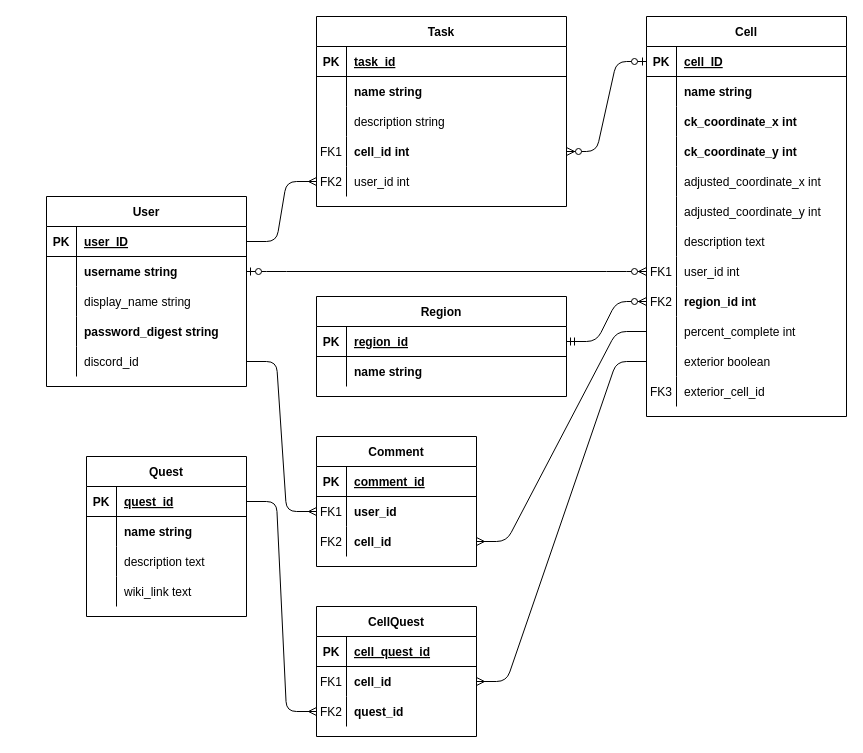
kingsley113/Phase3-Rails-Project-CascadiaCellMate keeps this draw.io diagram as CascadiaCellTracker.drawio. Above is the earlier version. Source tidied: cells renumbered, new cells numbered last; positions are measured from the earlier drawing's top-left corner, leaving out a move shared by most shapes. Both pictures are drawn from the tidied source at 100%, with x=0, y=0 at pixel (46, 16).
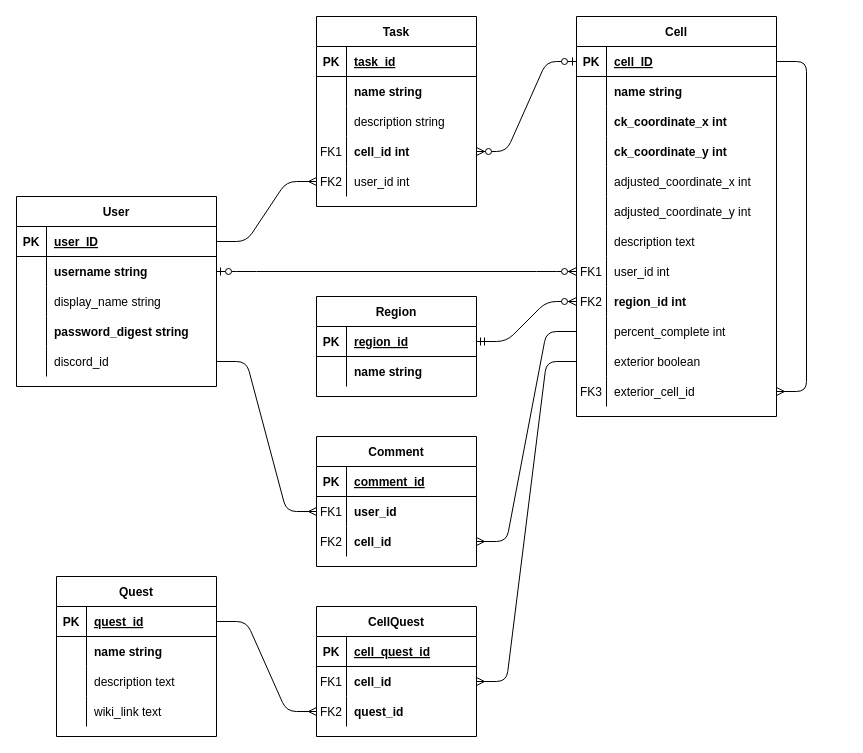
Above is the later version.

Unchanged cells that the change refers to:
```xml
<mxCell id="3" style="shape=partialRectangle;fillColor=none;points=[[0,0.5],[1,0.5]];portConstraint=eastwest;top=0;left=0;right=0;bottom=1;" parent="2" vertex="1">
  <mxGeometry y="30" width="200" height="30" as="geometry" />
</mxCell>
<mxCell id="36" style="shape=partialRectangle;fillColor=none;points=[[0,0.5],[1,0.5]];portConstraint=eastwest;top=0;left=0;right=0;bottom=0;" parent="2" vertex="1">
  <mxGeometry y="360" width="200" height="30" as="geometry" />
</mxCell>
```

What changed in the source:
```diff
@@
     <mxCell id="2" value="Cell" style="shape=table;startSize=30;childLayout=tableLayout;rowLines=0;fontStyle=1;align=center;" parent="1" vertex="1">
-      <mxGeometry x="600" width="200" height="400" as="geometry" />
+      <mxGeometry x="530" width="200" height="400" as="geometry" />
     </mxCell>
@@
+    <mxCell id="119" style="edgeStyle=entityRelationEdgeStyle;fontSize=12;html=1;endArrow=ERmany;" parent="2" edge="1" source="3" target="36">
+      <mxGeometry relative="1" as="geometry" />
+    </mxCell>
     <mxCell id="39" value="Quest" style="shape=table;startSize=30;childLayout=tableLayout;rowLines=0;fontStyle=1;align=center;" parent="1" vertex="1">
-      <mxGeometry x="40" y="440" width="160" height="160" as="geometry" />
+      <mxGeometry x="10" y="560" width="160" height="160" as="geometry" />
     </mxCell>
@@
     <mxCell id="52" value="User" style="shape=table;startSize=30;childLayout=tableLayout;rowLines=0;fontStyle=1;align=center;" parent="1" vertex="1">
-      <mxGeometry y="180" width="200" height="190" as="geometry" />
+      <mxGeometry x="-30" y="180" width="200" height="190" as="geometry" />
     </mxCell>
@@
     <mxCell id="68" value="Task" style="shape=table;startSize=30;childLayout=tableLayout;rowLines=0;fontStyle=1;align=center;" parent="1" vertex="1">
-      <mxGeometry x="270" width="250" height="190" as="geometry" />
+      <mxGeometry x="270" width="160" height="190" as="geometry" />
     </mxCell>
     <mxCell id="69" style="shape=partialRectangle;fillColor=none;top=0;left=0;right=0;bottom=1;" parent="68" vertex="1">
-      <mxGeometry y="30" width="250" height="30" as="geometry" />
+      <mxGeometry y="30" width="160" height="30" as="geometry" />
     </mxCell>
@@
     <mxCell id="71" value="task_id" style="shape=partialRectangle;overflow=hidden;fillColor=none;top=0;left=0;bottom=0;right=0;align=left;spacingLeft=6;fontStyle=5;" parent="69" vertex="1">
-      <mxGeometry x="30" width="220" height="30" as="geometry" />
+      <mxGeometry x="30" width="130" height="30" as="geometry" />
     </mxCell>
     <mxCell id="72" style="shape=partialRectangle;fillColor=none;top=0;left=0;right=0;bottom=0;" parent="68" vertex="1">
-      <mxGeometry y="60" width="250" height="30" as="geometry" />
+      <mxGeometry y="60" width="160" height="30" as="geometry" />
     </mxCell>
@@
     <mxCell id="74" value="name string" style="shape=partialRectangle;overflow=hidden;fillColor=none;top=0;left=0;bottom=0;right=0;align=left;spacingLeft=6;fontStyle=1;" parent="72" vertex="1">
-      <mxGeometry x="30" width="220" height="30" as="geometry" />
+      <mxGeometry x="30" width="130" height="30" as="geometry" />
     </mxCell>
     <mxCell id="75" style="shape=partialRectangle;fillColor=none;top=0;left=0;right=0;bottom=0;" parent="68" vertex="1">
-      <mxGeometry y="90" width="250" height="30" as="geometry" />
+      <mxGeometry y="90" width="160" height="30" as="geometry" />
     </mxCell>
@@
     <mxCell id="77" value="description string" style="shape=partialRectangle;overflow=hidden;fillColor=none;top=0;left=0;bottom=0;right=0;align=left;spacingLeft=6;" parent="75" vertex="1">
-      <mxGeometry x="30" width="220" height="30" as="geometry" />
+      <mxGeometry x="30" width="130" height="30" as="geometry" />
     </mxCell>
     <mxCell id="78" style="shape=partialRectangle;fillColor=none;points=[[0,0.5],[1,0.5]];portConstraint=eastwest;top=0;left=0;right=0;bottom=0;" parent="68" vertex="1">
-      <mxGeometry y="120" width="250" height="30" as="geometry" />
+      <mxGeometry y="120" width="160" height="30" as="geometry" />
     </mxCell>
@@
     <mxCell id="80" value="cell_id int" style="shape=partialRectangle;overflow=hidden;fillColor=none;top=0;left=0;bottom=0;right=0;align=left;spacingLeft=6;fontStyle=1;" parent="78" vertex="1">
-      <mxGeometry x="30" width="220" height="30" as="geometry" />
+      <mxGeometry x="30" width="130" height="30" as="geometry" />
     </mxCell>
     <mxCell id="81" style="shape=partialRectangle;fillColor=none;points=[[0,0.5],[1,0.5]];portConstraint=eastwest;top=0;left=0;right=0;bottom=0;" parent="68" vertex="1">
-      <mxGeometry y="150" width="250" height="30" as="geometry" />
+      <mxGeometry y="150" width="160" height="30" as="geometry" />
     </mxCell>
@@
     <mxCell id="83" value="user_id int" style="shape=partialRectangle;overflow=hidden;fillColor=none;top=0;left=0;bottom=0;right=0;align=left;spacingLeft=6;" parent="81" vertex="1">
-      <mxGeometry x="30" width="220" height="30" as="geometry" />
+      <mxGeometry x="30" width="130" height="30" as="geometry" />
     </mxCell>
@@
     <mxCell id="94" value="Region" style="shape=table;startSize=30;childLayout=tableLayout;rowLines=0;fontStyle=1;align=center;" parent="1" vertex="1">
-      <mxGeometry x="270" y="280" width="250" height="100" as="geometry" />
+      <mxGeometry x="270" y="280" width="160" height="100" as="geometry" />
     </mxCell>
     <mxCell id="95" style="shape=partialRectangle;fillColor=none;points=[[0,0.5],[1,0.5]];portConstraint=eastwest;top=0;left=0;right=0;bottom=1;" parent="94" vertex="1">
-      <mxGeometry y="30" width="250" height="30" as="geometry" />
+      <mxGeometry y="30" width="160" height="30" as="geometry" />
     </mxCell>
@@
     <mxCell id="97" value="region_id" style="shape=partialRectangle;overflow=hidden;fillColor=none;top=0;left=0;bottom=0;right=0;align=left;spacingLeft=6;fontStyle=5;" parent="95" vertex="1">
-      <mxGeometry x="30" width="220" height="30" as="geometry" />
+      <mxGeometry x="30" width="130" height="30" as="geometry" />
     </mxCell>
     <mxCell id="98" style="shape=partialRectangle;fillColor=none;top=0;left=0;right=0;bottom=0;" parent="94" vertex="1">
-      <mxGeometry y="60" width="250" height="30" as="geometry" />
+      <mxGeometry y="60" width="160" height="30" as="geometry" />
     </mxCell>
@@
     <mxCell id="100" value="name string" style="shape=partialRectangle;overflow=hidden;fillColor=none;top=0;left=0;bottom=0;right=0;align=left;spacingLeft=6;fontStyle=1;" parent="98" vertex="1">
-      <mxGeometry x="30" width="220" height="30" as="geometry" />
+      <mxGeometry x="30" width="130" height="30" as="geometry" />
     </mxCell>
```
